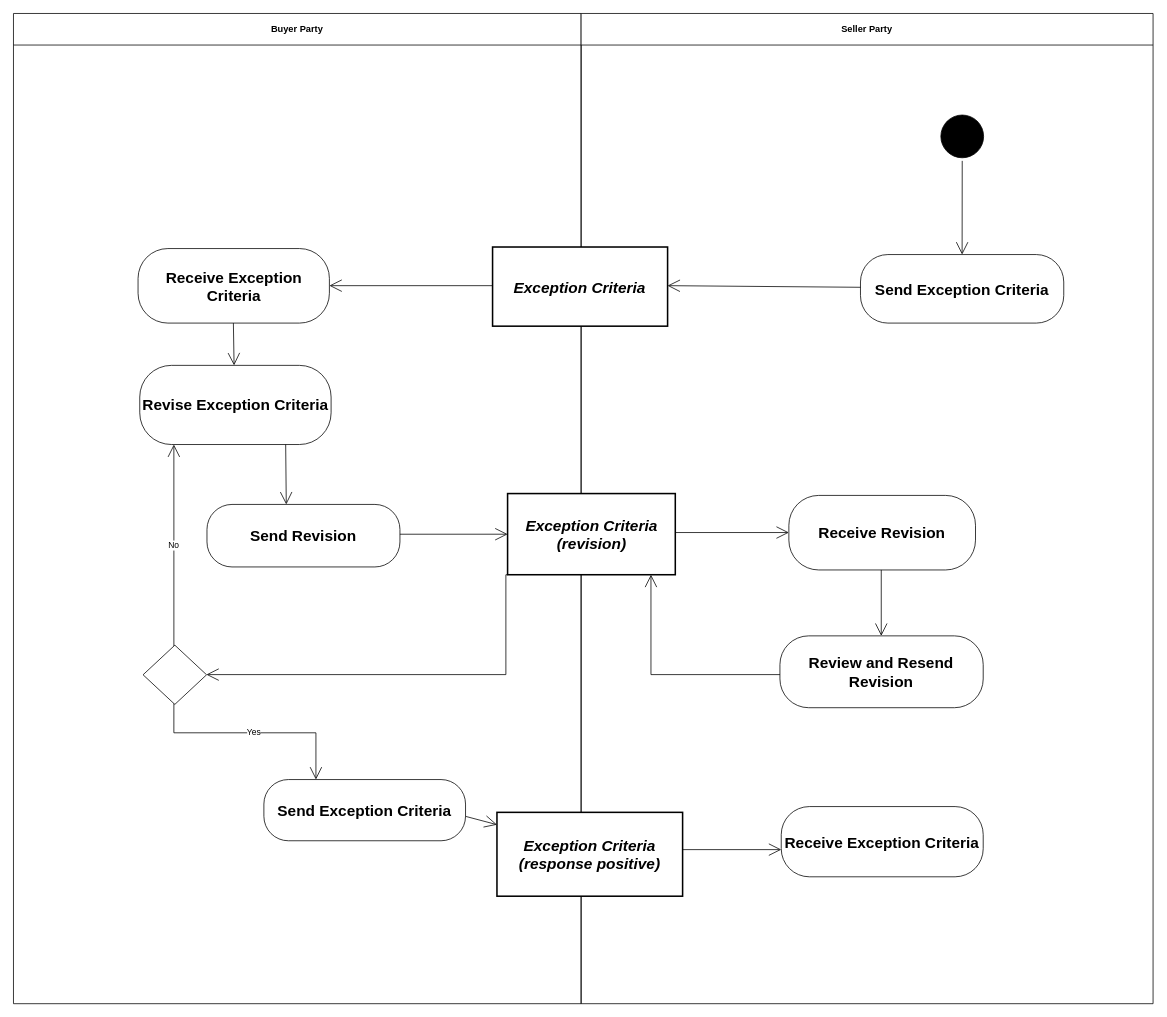
This is diagrams/UBL-2.2-CPFR-EstablishingCollaborativeRelationships/UBL-2.2-CPFR-EstablishingCollaborativeRelationships.drawio from kduvekot/ubl-work-on-svg-images, a draw.io file, before an edit. Source tidied: cells renumbered, new cells numbered last; positions are measured from the earlier drawing's top-left corner, leaving out a move shared by most shapes. Both pictures are drawn from the tidied source at 77%, with x=0, y=0 at pixel (13, 13).
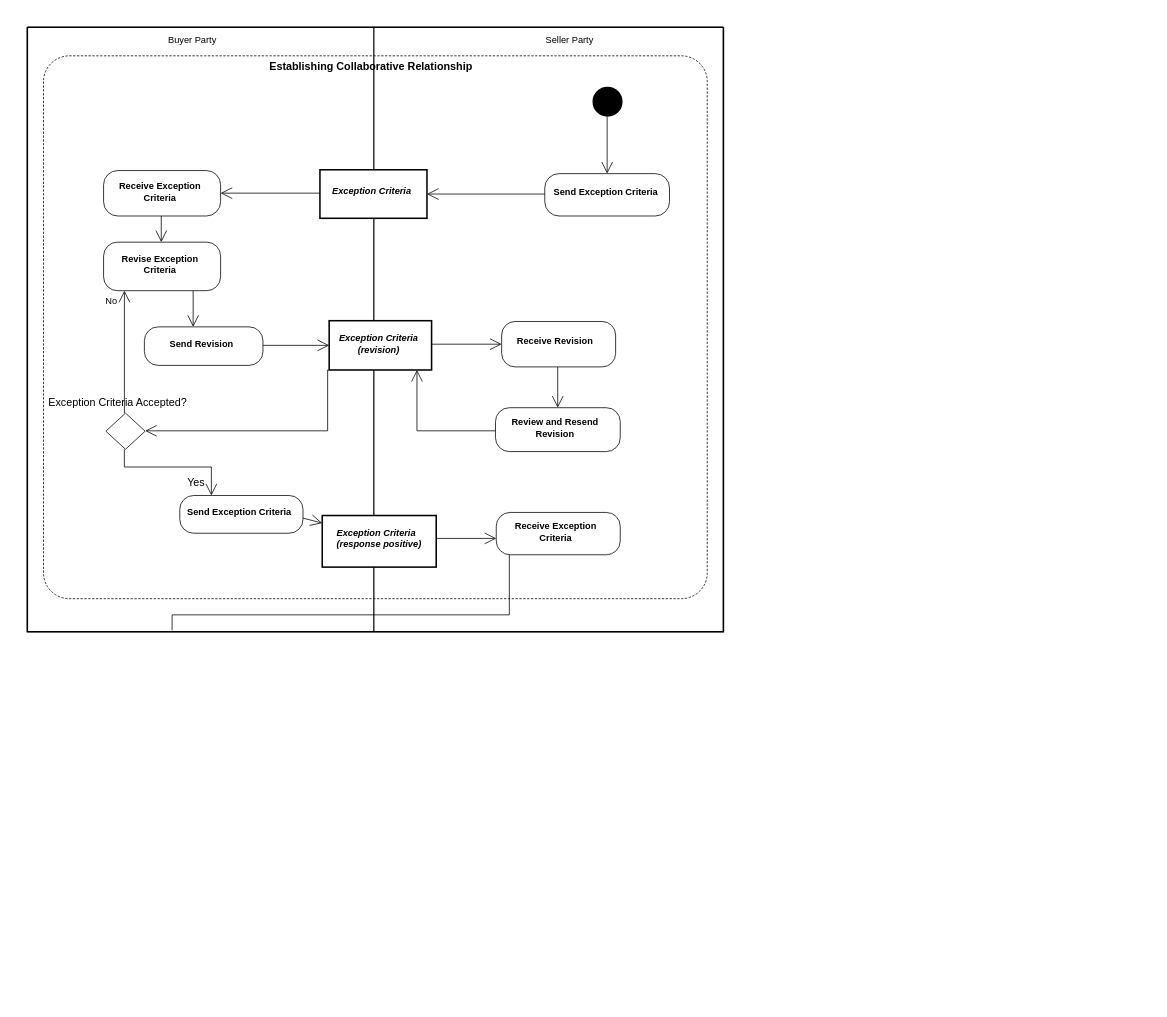
The same page after the edit.

Diff of the diagram source:
```diff
@@
+    <mxCell id="31" style="swimlane;html=1;startSize=0;whiteSpace=wrap;fillColor=none;strokeWidth=2;" parent="1" vertex="1">
+      <mxGeometry x="18" y="18" width="904" height="785" as="geometry" />
+    </mxCell>
+    <mxCell id="32" value="Establishing Collaborative Relationship" style="rounded=1;absoluteArcSize=1;arcSize=67;fillColor=none;dashed=1;dashPattern=3 2;html=1;whiteSpace=nowrap;fontSize=14;fontStyle=1;align=center;verticalAlign=top;spacing=0;spacingTop=1;spacingRight=12;" parent="31" vertex="1">
+      <mxGeometry x="21" y="37" width="862" height="705" as="geometry" />
+    </mxCell>
-    <mxCell id="2" value="Buyer Party" style="swimlane;whiteSpace=wrap;html=1;startSize=41;" parent="1" vertex="1">
-      <mxGeometry width="737.2" height="1286" as="geometry" />
+    <mxCell id="2" value="Buyer Party" style="swimlane;horizontal=1;startSize=34;swimlaneLine=0;html=1;fillColor=none;fontSize=12;fontStyle=0;spacing=0;spacingRight=22;" parent="31" vertex="1">
+      <mxGeometry width="450" height="785" as="geometry" />
     </mxCell>
-    <mxCell id="3" value="Seller Party" style="swimlane;whiteSpace=wrap;html=1;startSize=41;" parent="1" vertex="1">
-      <mxGeometry x="737.2" width="742.8" height="1286" as="geometry" />
+    <mxCell id="3" value="Seller Party" style="swimlane;horizontal=1;startSize=34;swimlaneLine=0;html=1;fillColor=none;fontSize=12;fontStyle=0;spacing=0;spacingLeft=54;" parent="31" vertex="1">
+      <mxGeometry x="450" width="454" height="785" as="geometry" />
     </mxCell>
-    <mxCell id="4" style="ellipse;html=1;shape=startState;fillColor=#000000;strokeColor=#000000;fontFamily=Helvetica;fontSize=20;" parent="1" vertex="1">
-      <mxGeometry x="1200.4" y="127.9" width="63.5" height="63.5" as="geometry" />
+    <mxCell id="4" style="ellipse;shape=startState;fillColor=#000000;strokeColor=none;html=1;" parent="3" vertex="1">
+      <mxGeometry x="280" y="73" width="47" height="47" as="geometry" />
     </mxCell>
-    <mxCell id="5" value="Exception Criteria" style="rounded=0;whiteSpace=wrap;html=1;fontStyle=3;strokeWidth=2;fontFamily=Helvetica;fontSize=20;" parent="1" vertex="1">
-      <mxGeometry x="622.2" y="303.3" width="227.3" height="102.8" as="geometry" />
+    <mxCell id="5" value="Exception Criteria" style="rounded=0;html=1;whiteSpace=nowrap;fontSize=12;fontStyle=3;align=center;verticalAlign=middle;spacing=0;spacingRight=5;spacingBottom=7;strokeWidth=2;" parent="3" vertex="1">
+      <mxGeometry x="-70" y="185" width="139" height="63" as="geometry" />
     </mxCell>
-    <mxCell id="6" value="Receive Exception Criteria" style="rounded=1;arcSize=40;whiteSpace=wrap;html=1;fontStyle=1;fontFamily=Helvetica;fontSize=20;" parent="1" vertex="1">
-      <mxGeometry x="161.8" y="305.3" width="248.5" height="96.8" as="geometry" />
+    <mxCell id="6" value="Receive Exception&lt;br&gt;Criteria" style="rounded=1;absoluteArcSize=1;arcSize=37;html=1;whiteSpace=nowrap;fontSize=12;fontStyle=1;align=center;verticalAlign=middle;spacing=0;spacingRight=6;spacingBottom=4;" parent="2" vertex="1">
+      <mxGeometry x="99" y="186" width="152" height="59" as="geometry" />
     </mxCell>
-    <mxCell id="7" value="Send Exception Criteria" style="rounded=1;arcSize=40;whiteSpace=wrap;html=1;fontStyle=1;fontFamily=Helvetica;fontSize=20;" parent="1" vertex="1">
-      <mxGeometry x="1100" y="313.1" width="264" height="89" as="geometry" />
+    <mxCell id="7" value="Send Exception Criteria" style="rounded=1;absoluteArcSize=1;arcSize=37;html=1;whiteSpace=nowrap;fontSize=12;fontStyle=1;align=center;verticalAlign=middle;spacing=0;spacingRight=5;spacingBottom=8;" parent="3" vertex="1">
+      <mxGeometry x="222" y="190" width="162" height="55" as="geometry" />
     </mxCell>
-    <mxCell id="8" value="Revise Exception Criteria" style="rounded=1;arcSize=40;whiteSpace=wrap;html=1;fontStyle=1;fontFamily=Helvetica;fontSize=20;" parent="1" vertex="1">
-      <mxGeometry x="164" y="457" width="248.5" height="102.8" as="geometry" />
+    <mxCell id="8" value="Revise Exception&lt;br&gt;Criteria" style="rounded=1;absoluteArcSize=1;arcSize=36;html=1;whiteSpace=nowrap;fontSize=12;fontStyle=1;align=center;verticalAlign=middle;spacing=0;spacingRight=6;spacingBottom=6;" parent="2" vertex="1">
+      <mxGeometry x="99" y="279" width="152" height="63" as="geometry" />
     </mxCell>
-    <mxCell id="9" value="Exception Criteria (revision)" style="rounded=0;whiteSpace=wrap;html=1;fontStyle=3;strokeWidth=2;fontFamily=Helvetica;fontSize=20;" parent="1" vertex="1">
-      <mxGeometry x="641.7" y="623.5" width="217.8" height="105.4" as="geometry" />
+    <mxCell id="9" value="Exception Criteria&lt;br&gt;(revision)" style="rounded=0;html=1;whiteSpace=nowrap;fontSize=12;fontStyle=3;align=center;verticalAlign=middle;spacing=0;spacingRight=6;spacingBottom=4;strokeWidth=2;" parent="3" vertex="1">
+      <mxGeometry x="-58" y="381" width="133" height="64" as="geometry" />
     </mxCell>
-    <mxCell id="10" value="Receive Revision" style="rounded=1;arcSize=40;whiteSpace=wrap;html=1;fontStyle=1;fontFamily=Helvetica;fontSize=20;" parent="1" vertex="1">
-      <mxGeometry x="1007" y="625.9" width="242.4" height="96.8" as="geometry" />
+    <mxCell id="10" value="Receive Revision" style="rounded=1;absoluteArcSize=1;arcSize=35;html=1;whiteSpace=nowrap;fontSize=12;fontStyle=1;align=center;verticalAlign=middle;spacing=0;spacingRight=10;spacingBottom=7;" parent="3" vertex="1">
+      <mxGeometry x="166" y="382" width="148" height="59" as="geometry" />
     </mxCell>
-    <mxCell id="11" value="Send Revision" style="rounded=1;arcSize=40;whiteSpace=wrap;html=1;fontStyle=1;fontFamily=Helvetica;fontSize=20;" parent="1" vertex="1">
-      <mxGeometry x="251.3" y="637.6" width="250.6" height="81.2" as="geometry" />
+    <mxCell id="11" value="Send Revision" style="rounded=1;absoluteArcSize=1;arcSize=36;html=1;whiteSpace=nowrap;fontSize=12;fontStyle=1;align=center;verticalAlign=middle;spacing=0;spacingRight=7;spacingBottom=6;" parent="2" vertex="1">
+      <mxGeometry x="152" y="389" width="154" height="50" as="geometry" />
     </mxCell>
-    <mxCell id="12" value="Review and Resend Revision" style="rounded=1;arcSize=40;whiteSpace=wrap;html=1;fontStyle=1;fontFamily=Helvetica;fontSize=20;" parent="1" vertex="1">
-      <mxGeometry x="995.4" y="808.3" width="264" height="93.3" as="geometry" />
+    <mxCell id="12" value="Review and Resend&lt;br&gt;Revision" style="rounded=1;absoluteArcSize=1;arcSize=36;html=1;whiteSpace=nowrap;fontSize=12;fontStyle=1;align=center;verticalAlign=middle;spacing=0;spacingRight=8;spacingBottom=6;" parent="3" vertex="1">
+      <mxGeometry x="158" y="494" width="162" height="57" as="geometry" />
     </mxCell>
-    <mxCell id="13" style="rhombus;whiteSpace=wrap;html=1;fontFamily=Helvetica;fontSize=20;" parent="1" vertex="1">
-      <mxGeometry x="168.3" y="820.4" width="82.5" height="76.9" as="geometry" />
+    <mxCell id="13" value="Exception Criteria Accepted?" style="rhombus;html=1;whiteSpace=nowrap;fontSize=14;fontStyle=0;align=center;verticalAlign=middle;spacing=0;spacingRight=22;spacingBottom=76;" parent="2" vertex="1">
+      <mxGeometry x="102" y="501" width="51" height="47" as="geometry" />
     </mxCell>
-    <mxCell id="14" value="Send Exception Criteria" style="rounded=1;arcSize=40;whiteSpace=wrap;html=1;fontStyle=1;fontFamily=Helvetica;fontSize=20;" parent="1" vertex="1">
-      <mxGeometry x="325.2" y="994.9" width="261.9" height="79.5" as="geometry" />
+    <mxCell id="14" value="Send Exception Criteria" style="rounded=1;absoluteArcSize=1;arcSize=36;html=1;whiteSpace=nowrap;fontSize=12;fontStyle=1;align=center;verticalAlign=middle;spacing=0;spacingRight=7;spacingBottom=5;" parent="2" vertex="1">
+      <mxGeometry x="198" y="608" width="160" height="49" as="geometry" />
     </mxCell>
-    <mxCell id="15" value="Receive Exception Criteria" style="rounded=1;arcSize=40;whiteSpace=wrap;html=1;fontStyle=1;fontFamily=Helvetica;fontSize=20;" parent="1" vertex="1">
-      <mxGeometry x="997.1" y="1030" width="262.3" height="91.2" as="geometry" />
+    <mxCell id="15" value="Receive Exception&lt;br&gt;Criteria" style="rounded=1;absoluteArcSize=1;arcSize=36;html=1;whiteSpace=nowrap;fontSize=12;fontStyle=1;align=center;verticalAlign=middle;spacing=0;spacingRight=8;spacingBottom=5;" parent="3" vertex="1">
+      <mxGeometry x="159" y="630" width="161" height="55" as="geometry" />
     </mxCell>
-    <mxCell id="16" value="Exception Criteria (response positive)" style="rounded=0;whiteSpace=wrap;html=1;fontStyle=3;strokeWidth=2;fontFamily=Helvetica;fontSize=20;" parent="1" vertex="1">
-      <mxGeometry x="627.9" y="1037.5" width="241.1" height="108.9" as="geometry" />
+    <mxCell id="16" value="Exception Criteria&lt;br&gt;(response positive)" style="rounded=0;html=1;whiteSpace=nowrap;fontSize=12;fontStyle=3;align=left;verticalAlign=middle;spacing=0;spacingLeft=19;spacingBottom=7;strokeWidth=2;" parent="3" vertex="1">
+      <mxGeometry x="-67" y="634" width="148" height="67" as="geometry" />
     </mxCell>
-    <mxCell id="17" style="edgeStyle=none;rounded=0;html=1;endArrow=open;endFill=0;endSize=14;exitX=0.4976;exitY=1.0;entryX=0.5;entryY=0.0;" parent="1" edge="1" source="4" target="7">
+    <mxCell id="17" style="edgeStyle=none;rounded=0;html=1;endArrow=open;endFill=0;endSize=13;exitPerimeter=0;entryX=0.5;entryY=0;entryPerimeter=0;exitX=0.489362;exitY=0.9147;" parent="3" edge="1" source="4" target="7">
       <mxGeometry relative="1" as="geometry" />
     </mxCell>
-    <mxCell id="18" style="edgeStyle=none;rounded=0;html=1;endArrow=open;endFill=0;endSize=14;exitX=0.0;exitY=0.4883;entryX=1.0;entryY=0.4979;" parent="1" edge="1" source="5" target="6">
+    <mxCell id="18" style="edgeStyle=none;rounded=0;html=1;endArrow=open;endFill=0;endSize=13;exitPerimeter=0;entryX=1;entryY=0.4975;entryPerimeter=0;exitX=0;exitY=0.481786;" parent="31" edge="1" source="5" target="6">
       <mxGeometry relative="1" as="geometry" />
     </mxCell>
-    <mxCell id="19" style="edgeStyle=none;rounded=0;html=1;endArrow=open;endFill=0;endSize=14;exitX=0.0;exitY=0.4775;entryX=1.0;entryY=0.4883;" parent="1" edge="1" source="7" target="5">
+    <mxCell id="19" style="edgeStyle=none;rounded=0;html=1;endArrow=open;endFill=0;endSize=13;exitPerimeter=0;entryX=1;entryY=0.5;entryPerimeter=0;exitX=0;exitY=0.481818;" parent="3" edge="1" source="7" target="5">
       <mxGeometry relative="1" as="geometry" />
     </mxCell>
-    <mxCell id="20" style="edgeStyle=none;rounded=0;html=1;endArrow=open;endFill=0;endSize=14;exitX=0.4982;exitY=1.0;entryX=0.493;entryY=0.0;" parent="1" edge="1" source="6" target="8">
+    <mxCell id="20" style="edgeStyle=none;rounded=0;html=1;endArrow=open;endFill=0;endSize=13;exitPerimeter=0;entryX=0.4931;entryY=0;entryPerimeter=0;exitX=0.4931;exitY=1;" parent="2" edge="1" source="6" target="8">
       <mxGeometry relative="1" as="geometry" />
     </mxCell>
-    <mxCell id="21" value="No" style="edgeStyle=none;rounded=0;html=1;endArrow=open;endFill=0;endSize=14;exitX=0.4848;exitY=0.0;entryX=0.1783;entryY=1.0;" parent="1" edge="1" source="13" target="8">
-      <mxGeometry relative="1" as="geometry" />
+    <mxCell id="21" value="No" style="edgeStyle=none;rounded=0;html=1;endArrow=open;endFill=0;endSize=13;exitPerimeter=0;entryX=0.1782;entryY=1;entryPerimeter=0;fontSize=12;fontStyle=0;align=center;verticalAlign=middle;labelBackgroundColor=none;exitX=0.472282;exitY=0;" parent="2" edge="1" source="13" target="8">
+      <mxGeometry x="0.82" relative="1" as="geometry">
+        <mxPoint x="-17" as="offset" />
+      </mxGeometry>
     </mxCell>
-    <mxCell id="22" style="edgeStyle=none;rounded=0;html=1;endArrow=open;endFill=0;endSize=14;exitX=0.7626;exitY=1.0;entryX=0.411;entryY=0.0;" parent="1" edge="1" source="8" target="11">
+    <mxCell id="22" style="edgeStyle=none;rounded=0;html=1;endArrow=open;endFill=0;endSize=13;exitPerimeter=0;entryX=0.4113;entryY=0;entryPerimeter=0;exitX=0.765396;exitY=1;" parent="2" edge="1" source="8" target="11">
       <mxGeometry relative="1" as="geometry" />
     </mxCell>
-    <mxCell id="23" style="edgeStyle=none;rounded=0;html=1;endArrow=open;endFill=0;endSize=14;exitX=1.0;exitY=0.4801;entryX=0.0;entryY=0.4979;" parent="1" edge="1" source="9" target="10">
+    <mxCell id="23" style="edgeStyle=none;rounded=0;html=1;endArrow=open;endFill=0;endSize=13;exitPerimeter=0;entryX=0;entryY=0.5;entryPerimeter=0;exitX=1;exitY=0.476562;" parent="3" edge="1" source="9" target="10">
       <mxGeometry relative="1" as="geometry" />
     </mxCell>
-    <mxCell id="24" style="edgeStyle=none;rounded=0;html=1;endArrow=open;endFill=0;endSize=14;exitX=1.0;exitY=0.4766;entryX=0.0;entryY=0.5009;" parent="1" edge="1" source="11" target="9">
+    <mxCell id="24" style="edgeStyle=none;rounded=0;html=1;endArrow=open;endFill=0;endSize=13;exitPerimeter=0;entryX=0;entryY=0.5;entryPerimeter=0;exitX=1;exitY=0.48;" parent="31" edge="1" source="11" target="9">
       <mxGeometry relative="1" as="geometry" />
     </mxCell>
-    <mxCell id="25" style="edgeStyle=none;rounded=0;html=1;endArrow=open;endFill=0;endSize=14;exitX=0.495;exitY=1.0;entryX=0.4985;entryY=0.0;" parent="1" edge="1" source="10" target="12">
+    <mxCell id="25" style="edgeStyle=none;rounded=0;html=1;endArrow=open;endFill=0;endSize=13;exitPerimeter=0;entryX=0.4988;entryY=0;entryPerimeter=0;exitX=0.49193;exitY=1;" parent="3" edge="1" source="10" target="12">
       <mxGeometry relative="1" as="geometry" />
     </mxCell>
-    <mxCell id="26" style="edgeStyle=orthogonalEdgeStyle;rounded=0;html=1;endArrow=open;endFill=0;endSize=14;exitX=0.0;exitY=1.0;entryX=1.0;entryY=0.4967;" parent="1" edge="1" source="9" target="13">
+    <mxCell id="26" style="edgeStyle=orthogonalEdgeStyle;rounded=0;html=1;endArrow=open;endFill=0;endSize=13;exitX=0;exitY=1;exitPerimeter=0;entryPerimeter=0;entryX=1;entryY=0.489362;" parent="31" edge="1" source="9" target="13">
       <mxGeometry relative="1" as="geometry">
         <Array as="points">
-          <mxPoint x="639.5" y="858.6" />
+          <mxPoint x="390" y="524" />
         </Array>
       </mxGeometry>
     </mxCell>
-    <mxCell id="27" style="edgeStyle=orthogonalEdgeStyle;rounded=0;html=1;endArrow=open;endFill=0;endSize=14;exitX=0.0;exitY=0.5391;entryX=0.8549;entryY=1.0;" parent="1" edge="1" source="12" target="9">
+    <mxCell id="27" style="edgeStyle=orthogonalEdgeStyle;rounded=0;html=1;endArrow=open;endFill=0;endSize=13;exitPerimeter=0;entryPerimeter=0;exitX=0;exitY=0.526316;entryX=0.857143;entryY=1;" parent="3" edge="1" source="12" target="9">
       <mxGeometry relative="1" as="geometry">
         <Array as="points">
-          <mxPoint x="827.9" y="858.6" />
+          <mxPoint x="56" y="524" />
         </Array>
       </mxGeometry>
     </mxCell>
-    <mxCell id="28" value="Yes" style="edgeStyle=orthogonalEdgeStyle;rounded=0;html=1;endArrow=open;endFill=0;endSize=14;exitX=0.4848;exitY=1.0;entryX=0.2581;entryY=0.0;" parent="1" edge="1" source="13" target="14">
-      <mxGeometry relative="1" as="geometry">
+    <mxCell id="28" value="Yes" style="edgeStyle=orthogonalEdgeStyle;rounded=0;html=1;endArrow=open;endFill=0;endSize=13;exitPerimeter=0;entryPerimeter=0;fontSize=14;fontStyle=0;align=center;verticalAlign=middle;labelBackgroundColor=none;exitX=0.470588;exitY=1;entryX=0.25625;entryY=0;" parent="2" edge="1" source="13" target="14">
+      <mxGeometry x="0.34" relative="1" as="geometry">
         <Array as="points">
-          <mxPoint x="208.3" y="934.2" />
-          <mxPoint x="392.8" y="934.2" />
+          <mxPoint x="126" y="571" />
+          <mxPoint x="239" y="571" />
         </Array>
+        <mxPoint y="20" as="offset" />
       </mxGeometry>
     </mxCell>
-    <mxCell id="29" style="edgeStyle=none;rounded=0;html=1;endArrow=open;endFill=0;endSize=14;exitX=1.0;exitY=0.6013;entryX=0.0;entryY=0.1469;" parent="1" edge="1" source="14" target="16">
+    <mxCell id="29" style="edgeStyle=none;rounded=0;html=1;endArrow=open;endFill=0;endSize=13;exitX=1;exitY=0.5996;exitPerimeter=0;entryX=0;entryY=0.1469;entryPerimeter=0;" parent="31" edge="1" source="14" target="16">
       <mxGeometry relative="1" as="geometry" />
     </mxCell>
-    <mxCell id="30" style="edgeStyle=none;rounded=0;html=1;endArrow=open;endFill=0;endSize=14;exitX=1.0;exitY=0.4444;entryX=0.0;entryY=0.6129;" parent="1" edge="1" source="16" target="15">
+    <mxCell id="30" style="edgeStyle=none;rounded=0;html=1;endArrow=open;endFill=0;endSize=13;exitPerimeter=0;entryX=0;entryY=0.6129;entryPerimeter=0;exitX=1;exitY=0.443425;" parent="3" edge="1" source="16" target="15">
       <mxGeometry relative="1" as="geometry" />
     </mxCell>
+    <mxCell id="33" style="edgeStyle=none;rounded=0;html=1;endArrow=none;endFill=0;endSize=13;exitPerimeter=0;exitX=0.10559;exitY=1;" parent="3" edge="1" source="15">
+      <mxGeometry relative="1" as="geometry">
+        <mxPoint x="-262" y="783" as="targetPoint" />
+        <Array as="points">
+          <mxPoint x="176" y="763" />
+          <mxPoint x="-262" y="763" />
+        </Array>
+      </mxGeometry>
+    </mxCell>
```
